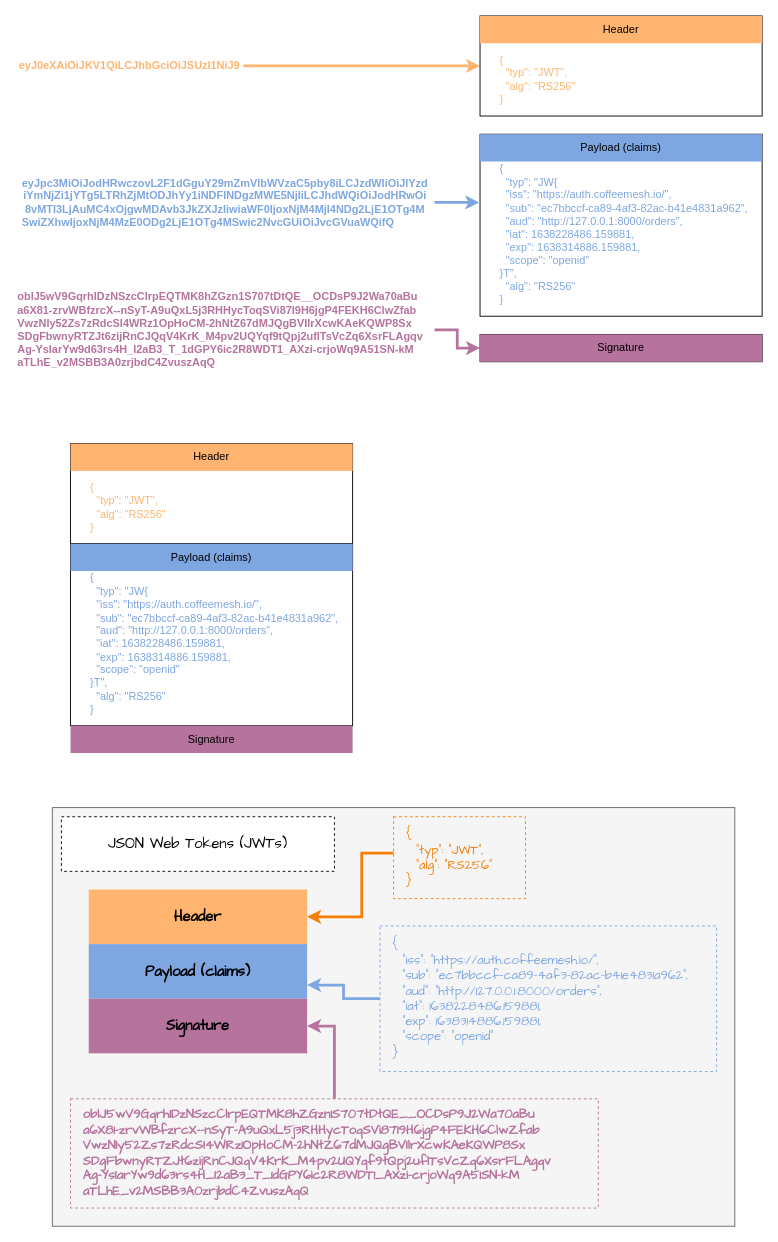
Above: page "11.7" (7 of 17) of ch11.drawio in abunuwas/microservices-apis-img (draw.io), before the change. Source tidied: cells renumbered, new cells numbered last; positions are measured from the earlier drawing's top-left corner, leaving out a move shared by most shapes. Both pictures are drawn from the tidied source at 91%, with x=0, y=0 at pixel (15, 15).
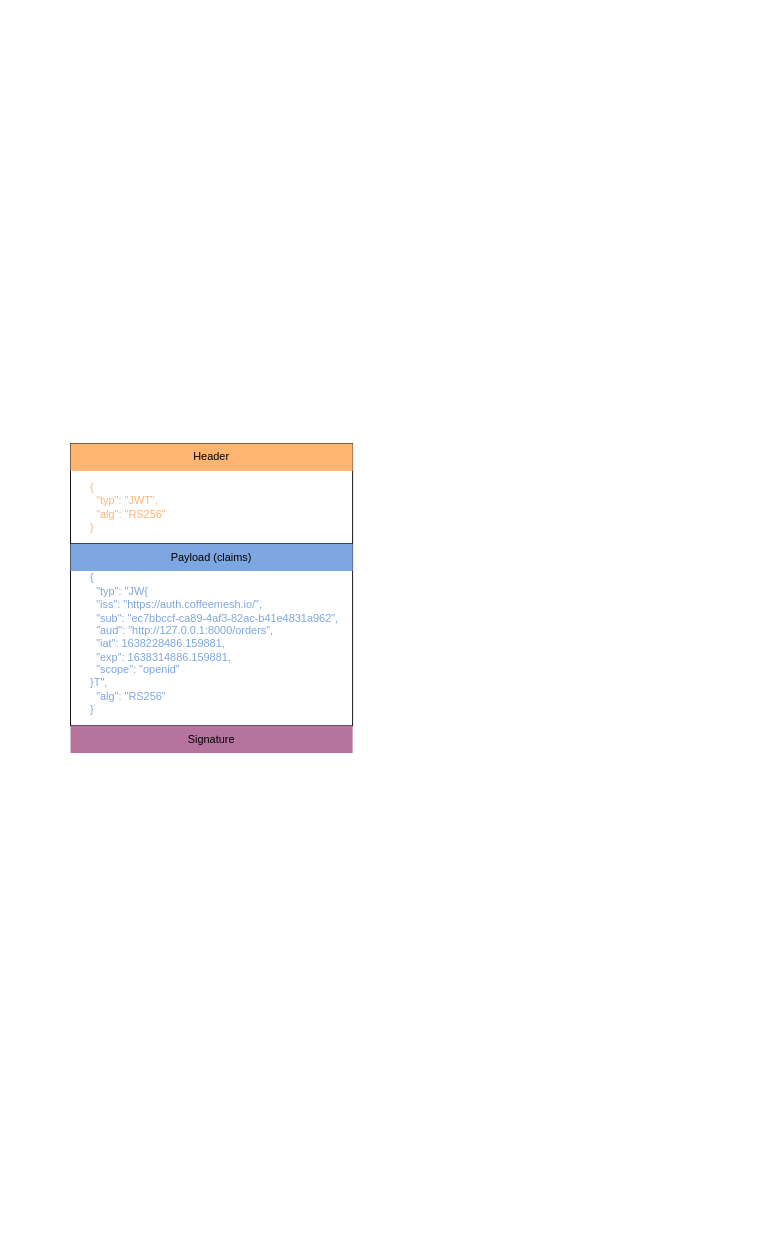
The same page after the edit.

Change to the diagram source:
```diff
@@
-    <mxCell id="2" style="rounded=0;whiteSpace=wrap;html=1;fillColor=#f5f5f5;fontColor=#333333;strokeColor=#666666;fontFamily=Comic Sans MS;" parent="1" vertex="1">
-      <mxGeometry x="40" y="870" width="750" height="460" as="geometry" />
-    </mxCell>
-    <mxCell id="3" style="edgeStyle=orthogonalEdgeStyle;rounded=0;jettySize=auto;html=1;entryX=0;entryY=0.5;entryDx=0;entryDy=0;fontColor=#B5739D;strokeWidth=3;strokeColor=#B5739D;" parent="1" edge="1" source="4" target="16">
-      <mxGeometry relative="1" as="geometry" />
-    </mxCell>
-    <mxCell id="4" value="oblJ5wV9GqrhIDzNSzcClrpEQTMK8hZGzn1S707tDtQE__OCDsP9J2Wa70aBu&lt;br&gt;a6X81-zrvWBfzrcX--nSyT-A9uQxL5j3RHHycToqSVi87I9H6jgP4FEKH6ClwZfab&lt;br&gt;VwzNIy52Zs7zRdcSI4WRz1OpHoCM-2hNtZ67dMJQgBVIlrXcwKAeKQWP8Sx&lt;br&gt;SDgFbwnyRTZJt6zijRnCJQqV4KrK_M4pv2UQYqf9tQpj2uflTsVcZq6XsrFLAgqv&lt;br&gt;Ag-YsIarYw9d63rs4H_I2aB3_T_1dGPY6ic2R8WDT1_AXzi-crjoWq9A51SN-kM&lt;br&gt;aTLhE_v2MSBB3A0zrjbdC4ZvuszAqQ" style="text;strokeColor=none;fillColor=none;align=left;verticalAlign=middle;rounded=0;html=1;whiteSpace=wrap;fontColor=#B5739D;fontStyle=1;" parent="1" vertex="1">
-      <mxGeometry y="280" width="460" height="130" as="geometry" />
-    </mxCell>
-    <mxCell id="5" style="edgeStyle=orthogonalEdgeStyle;rounded=0;jettySize=auto;html=1;entryX=0;entryY=0.5;entryDx=0;entryDy=0;fontColor=#B5739D;strokeWidth=3;strokeColor=#FFB570;" parent="1" edge="1" source="6" target="9">
-      <mxGeometry relative="1" as="geometry" />
-    </mxCell>
-    <mxCell id="6" value="eyJ0eXAiOiJKV1QiLCJhbGciOiJSUzI1NiJ9" style="text;html=1;strokeColor=none;fillColor=none;align=center;verticalAlign=middle;whiteSpace=wrap;rounded=0;fontColor=#FFB570;fontStyle=1;" parent="1" vertex="1">
-      <mxGeometry y="40" width="250" height="30" as="geometry" />
-    </mxCell>
-    <mxCell id="7" style="edgeStyle=orthogonalEdgeStyle;rounded=0;jettySize=auto;html=1;entryX=-0.003;entryY=0.375;entryDx=0;entryDy=0;entryPerimeter=0;fontColor=#B5739D;strokeWidth=3;strokeColor=#7EA6E0;" parent="1" edge="1" source="8" target="11">
-      <mxGeometry relative="1" as="geometry" />
-    </mxCell>
-    <mxCell id="8" value="eyJpc3MiOiJodHRwczovL2F1dGguY29mZmVlbWVzaC5pby8iLCJzdWIiOiJlYzd&lt;br&gt;iYmNjZi1jYTg5LTRhZjMtODJhYy1iNDFlNDgzMWE5NjIiLCJhdWQiOiJodHRwOi&lt;br&gt;8vMTI3LjAuMC4xOjgwMDAvb3JkZXJzIiwiaWF0IjoxNjM4MjI4NDg2LjE1OTg4M&lt;br&gt;&lt;div style=&quot;text-align: left&quot;&gt;&lt;span&gt;SwiZXhwIjoxNjM4MzE0ODg2LjE1OTg4MSwic2NvcGUiOiJvcGVuaWQifQ&lt;/span&gt;&lt;/div&gt;" style="text;html=1;strokeColor=none;fillColor=none;align=center;verticalAlign=middle;whiteSpace=wrap;rounded=0;fontColor=#7EA6E0;fontStyle=1;" parent="1" vertex="1">
-      <mxGeometry y="190" width="460" height="30" as="geometry" />
-    </mxCell>
-    <mxCell id="9" style="rounded=0;whiteSpace=wrap;html=1;" parent="1" vertex="1">
-      <mxGeometry x="510" width="310" height="110" as="geometry" />
-    </mxCell>
-    <mxCell id="10" value="&lt;div&gt;{&lt;/div&gt;&lt;div&gt;&amp;nbsp; &quot;typ&quot;: &quot;JWT&quot;,&lt;/div&gt;&lt;div&gt;&amp;nbsp; &quot;alg&quot;: &quot;RS256&quot;&lt;/div&gt;&lt;div&gt;}&lt;/div&gt;" style="text;html=1;strokeColor=none;fillColor=none;align=left;verticalAlign=middle;whiteSpace=wrap;rounded=0;fontColor=#FFB570;" parent="1" vertex="1">
-      <mxGeometry x="530" y="35" width="160" height="70" as="geometry" />
-    </mxCell>
-    <mxCell id="11" style="rounded=0;whiteSpace=wrap;html=1;" parent="1" vertex="1">
-      <mxGeometry x="510" y="130" width="310" height="200" as="geometry" />
-    </mxCell>
-    <mxCell id="12" value="&lt;div&gt;{&lt;/div&gt;&lt;div&gt;&amp;nbsp; &quot;typ&quot;: &quot;JW&lt;span&gt;{&lt;/span&gt;&lt;/div&gt;&lt;div&gt;&amp;nbsp; &quot;iss&quot;: &quot;https://auth.coffeemesh.io/&quot;,&lt;/div&gt;&lt;div&gt;&amp;nbsp; &quot;sub&quot;: &quot;ec7bbccf-ca89-4af3-82ac-b41e4831a962&quot;,&lt;/div&gt;&lt;div&gt;&amp;nbsp; &quot;aud&quot;: &quot;http://127.0.0.1:8000/orders&quot;,&lt;/div&gt;&lt;div&gt;&amp;nbsp; &quot;iat&quot;: 1638228486.159881,&lt;/div&gt;&lt;div&gt;&amp;nbsp; &quot;exp&quot;: 1638314886.159881,&lt;/div&gt;&lt;div&gt;&amp;nbsp; &quot;scope&quot;: &quot;openid&quot;&lt;/div&gt;&lt;div&gt;&lt;span&gt;}&lt;/span&gt;T&quot;,&lt;/div&gt;&lt;div&gt;&amp;nbsp; &quot;alg&quot;: &quot;RS256&quot;&lt;/div&gt;&lt;div&gt;}&lt;/div&gt;" style="text;html=1;strokeColor=none;fillColor=none;align=left;verticalAlign=middle;whiteSpace=wrap;rounded=0;fontColor=#7EA6E0;" parent="1" vertex="1">
-      <mxGeometry x="530" y="160" width="290" height="160" as="geometry" />
-    </mxCell>
-    <mxCell id="13" value="Header" style="text;html=1;strokeColor=none;fillColor=#FFB570;align=center;verticalAlign=middle;whiteSpace=wrap;rounded=0;" parent="1" vertex="1">
-      <mxGeometry x="510" width="310" height="30" as="geometry" />
-    </mxCell>
-    <mxCell id="14" value="Payload (claims)" style="text;html=1;strokeColor=none;fillColor=#7EA6E0;align=center;verticalAlign=middle;whiteSpace=wrap;rounded=0;" parent="1" vertex="1">
-      <mxGeometry x="510" y="130" width="310" height="30" as="geometry" />
-    </mxCell>
-    <mxCell id="15" style="rounded=0;whiteSpace=wrap;html=1;" parent="1" vertex="1">
-      <mxGeometry x="510" y="350" width="310" height="30" as="geometry" />
-    </mxCell>
-    <mxCell id="16" value="Signature" style="text;html=1;strokeColor=none;fillColor=#B5739D;align=center;verticalAlign=middle;whiteSpace=wrap;rounded=0;" parent="1" vertex="1">
-      <mxGeometry x="510" y="350" width="310" height="30" as="geometry" />
-    </mxCell>
@@
-    <mxCell id="24" style="edgeStyle=orthogonalEdgeStyle;rounded=0;jettySize=auto;html=1;entryX=1;entryY=0.5;entryDx=0;entryDy=0;fontColor=#B5739D;strokeWidth=3;strokeColor=#B5739D;fontFamily=Comic Sans MS;fontSize=14;" parent="1" edge="1" source="25" target="31">
-      <mxGeometry relative="1" as="geometry" />
-    </mxCell>
-    <mxCell id="25" value="oblJ5wV9GqrhIDzNSzcClrpEQTMK8hZGzn1S707tDtQE__OCDsP9J2Wa70aBu&lt;br style=&quot;font-size: 14px;&quot;&gt;a6X81-zrvWBfzrcX--nSyT-A9uQxL5j3RHHycToqSVi87I9H6jgP4FEKH6ClwZfab&lt;br style=&quot;font-size: 14px;&quot;&gt;VwzNIy52Zs7zRdcSI4WRz1OpHoCM-2hNtZ67dMJQgBVIlrXcwKAeKQWP8Sx&lt;br style=&quot;font-size: 14px;&quot;&gt;SDgFbwnyRTZJt6zijRnCJQqV4KrK_M4pv2UQYqf9tQpj2uflTsVcZq6XsrFLAgqv&lt;br style=&quot;font-size: 14px;&quot;&gt;Ag-YsIarYw9d63rs4H_I2aB3_T_1dGPY6ic2R8WDT1_AXzi-crjoWq9A51SN-kM&lt;br style=&quot;font-size: 14px;&quot;&gt;aTLhE_v2MSBB3A0zrjbdC4ZvuszAqQ" style="text;strokeColor=#B5739D;fillColor=none;align=left;verticalAlign=middle;rounded=0;html=1;whiteSpace=wrap;fontColor=#B5739D;fontStyle=1;fontFamily=Comic Sans MS;fontSize=14;spacing=7;dashed=1;spacingTop=7;spacingLeft=7;spacingBottom=7;spacingRight=7;" parent="1" vertex="1">
-      <mxGeometry x="60" y="1190" width="580" height="120" as="geometry" />
-    </mxCell>
-    <mxCell id="26" style="edgeStyle=orthogonalEdgeStyle;rounded=0;jettySize=auto;html=1;entryX=1;entryY=0.5;entryDx=0;entryDy=0;fontColor=#B5739D;strokeWidth=3;strokeColor=#F57E07;startArrow=none;fontFamily=Comic Sans MS;fontSize=14;" parent="1" edge="1" source="32" target="29">
-      <mxGeometry relative="1" as="geometry">
-        <Array as="points">
-          <mxPoint x="380" y="920" />
-          <mxPoint x="380" y="990" />
-        </Array>
-      </mxGeometry>
-    </mxCell>
-    <mxCell id="27" style="edgeStyle=orthogonalEdgeStyle;rounded=0;jettySize=auto;html=1;fontColor=#B5739D;strokeWidth=3;strokeColor=#7EA6E0;exitX=0;exitY=0.5;exitDx=0;exitDy=0;entryX=1;entryY=0.75;entryDx=0;entryDy=0;fontFamily=Comic Sans MS;fontSize=14;" parent="1" edge="1" source="28" target="30">
-      <mxGeometry relative="1" as="geometry" />
-    </mxCell>
-    <mxCell id="28" value="&lt;div style=&quot;font-size: 14px&quot;&gt;{&lt;/div&gt;&lt;div style=&quot;font-size: 14px&quot;&gt;&amp;nbsp; &quot;iss&quot;: &quot;https://auth.coffeemesh.io/&quot;,&lt;/div&gt;&lt;div style=&quot;font-size: 14px&quot;&gt;&amp;nbsp; &quot;sub&quot;: &quot;ec7bbccf-ca89-4af3-82ac-b41e4831a962&quot;,&lt;/div&gt;&lt;div style=&quot;font-size: 14px&quot;&gt;&amp;nbsp; &quot;aud&quot;: &quot;http://127.0.0.1:8000/orders&quot;,&lt;/div&gt;&lt;div style=&quot;font-size: 14px&quot;&gt;&amp;nbsp; &quot;iat&quot;: 1638228486.159881,&lt;/div&gt;&lt;div style=&quot;font-size: 14px&quot;&gt;&amp;nbsp; &quot;exp&quot;: 1638314886.159881,&lt;/div&gt;&lt;div style=&quot;font-size: 14px&quot;&gt;&amp;nbsp; &quot;scope&quot;: &quot;openid&quot;&lt;/div&gt;&lt;div style=&quot;font-size: 14px&quot;&gt;&lt;span style=&quot;font-size: 14px&quot;&gt;}&lt;/span&gt;&lt;/div&gt;" style="text;html=1;strokeColor=#7EA6E0;fillColor=none;align=left;verticalAlign=middle;whiteSpace=wrap;rounded=0;fontColor=#7EA6E0;fontFamily=Comic Sans MS;fontSize=14;spacingLeft=7;spacingBottom=7;spacingTop=7;spacing=7;dashed=1;spacingRight=7;" parent="1" vertex="1">
-      <mxGeometry x="400" y="1000" width="370" height="160" as="geometry" />
-    </mxCell>
-    <mxCell id="29" value="Header" style="text;html=1;strokeColor=none;fillColor=#FFB570;align=center;verticalAlign=middle;whiteSpace=wrap;rounded=0;fontFamily=Comic Sans MS;fontSize=16;fontStyle=1;" parent="1" vertex="1">
-      <mxGeometry x="80" y="960" width="240" height="60" as="geometry" />
-    </mxCell>
-    <mxCell id="30" value="Payload (claims)" style="text;html=1;strokeColor=none;fillColor=#7EA6E0;align=center;verticalAlign=middle;whiteSpace=wrap;rounded=0;fontFamily=Comic Sans MS;fontSize=16;fontStyle=1;" parent="1" vertex="1">
-      <mxGeometry x="80" y="1020" width="240" height="60" as="geometry" />
-    </mxCell>
-    <mxCell id="31" value="Signature" style="text;html=1;strokeColor=none;fillColor=#B5739D;align=center;verticalAlign=middle;whiteSpace=wrap;rounded=0;fontFamily=Comic Sans MS;fontSize=16;fontStyle=1;" parent="1" vertex="1">
-      <mxGeometry x="80" y="1080" width="240" height="60" as="geometry" />
-    </mxCell>
-    <mxCell id="32" value="&lt;div style=&quot;font-size: 14px;&quot;&gt;{&lt;/div&gt;&lt;div style=&quot;font-size: 14px;&quot;&gt;&amp;nbsp; &quot;typ&quot;: &quot;JWT&quot;,&lt;/div&gt;&lt;div style=&quot;font-size: 14px;&quot;&gt;&amp;nbsp; &quot;alg&quot;: &quot;RS256&quot;&lt;/div&gt;&lt;div style=&quot;font-size: 14px;&quot;&gt;}&lt;/div&gt;" style="text;html=1;strokeColor=#F57E07;fillColor=none;align=left;verticalAlign=middle;whiteSpace=wrap;rounded=0;fontColor=#F57E07;fontFamily=Comic Sans MS;fontSize=14;spacing=7;dashed=1;spacingLeft=7;spacingTop=7;spacingBottom=7;spacingRight=7;" parent="1" vertex="1">
-      <mxGeometry x="415" y="880" width="145" height="90" as="geometry" />
-    </mxCell>
-    <mxCell id="33" value="JSON Web Tokens (JWTs)" style="rounded=0;whiteSpace=wrap;html=1;dashed=1;fontFamily=Comic Sans MS;fontSize=16;fontColor=#000000;strokeColor=#000000;" parent="1" vertex="1">
-      <mxGeometry x="50" y="880" width="300" height="60" as="geometry" />
-    </mxCell>
```
